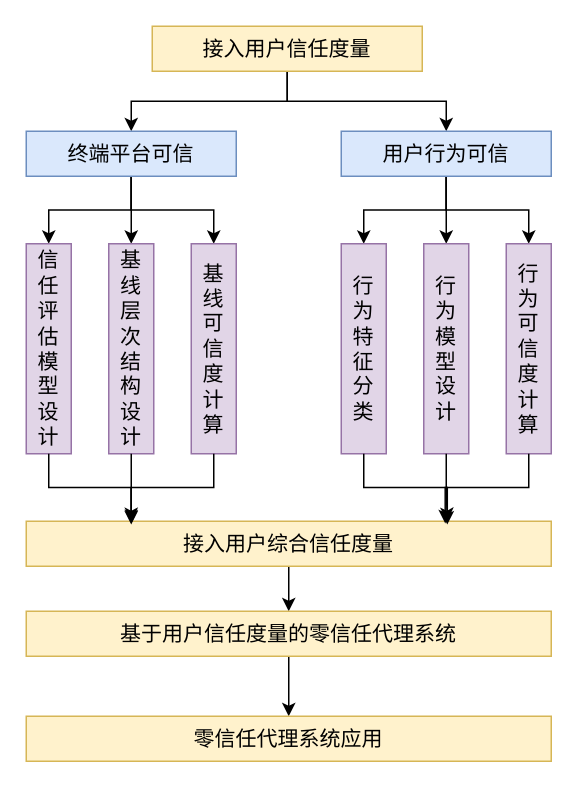
Moose1273/- keeps this draw.io diagram as testDirectory/论文研究路线.drawio. Above is the earlier version. Source tidied: cells renumbered, new cells numbered last; positions are measured from the earlier drawing's top-left corner, leaving out a move shared by most shapes. Both pictures are drawn from the tidied source at 150%, with x=0, y=0 at pixel (26, 26).
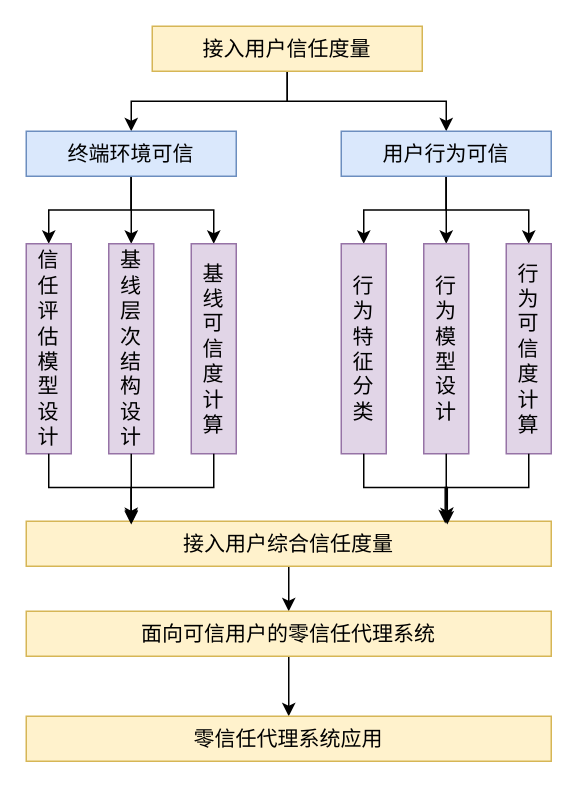
Above is the later version.

Commit message:
更新论文研究路线.drawio

What changed in the source:
```diff
@@
-    <mxCell id="8" value="终端平台可信" style="rounded=0;whiteSpace=wrap;html=1;fillColor=#dae8fc;strokeColor=#6c8ebf;fontSize=14;" parent="1" vertex="1">
+    <mxCell id="8" value="终端环境可信" style="rounded=0;whiteSpace=wrap;html=1;fillColor=#dae8fc;strokeColor=#6c8ebf;fontSize=14;" parent="1" vertex="1">
       <mxGeometry y="70" width="140" height="30" as="geometry" />
     </mxCell>
@@
-    <mxCell id="22" value="基于用户信任度量的零信任代理系统" style="rounded=0;whiteSpace=wrap;html=1;fillColor=#fff2cc;strokeColor=#d6b656;fontSize=14;" parent="1" vertex="1">
+    <mxCell id="22" value="面向可信用户的零信任代理系统" style="rounded=0;whiteSpace=wrap;html=1;fillColor=#fff2cc;strokeColor=#d6b656;fontSize=14;" parent="1" vertex="1">
       <mxGeometry y="390" width="350" height="30" as="geometry" />
     </mxCell>
```
